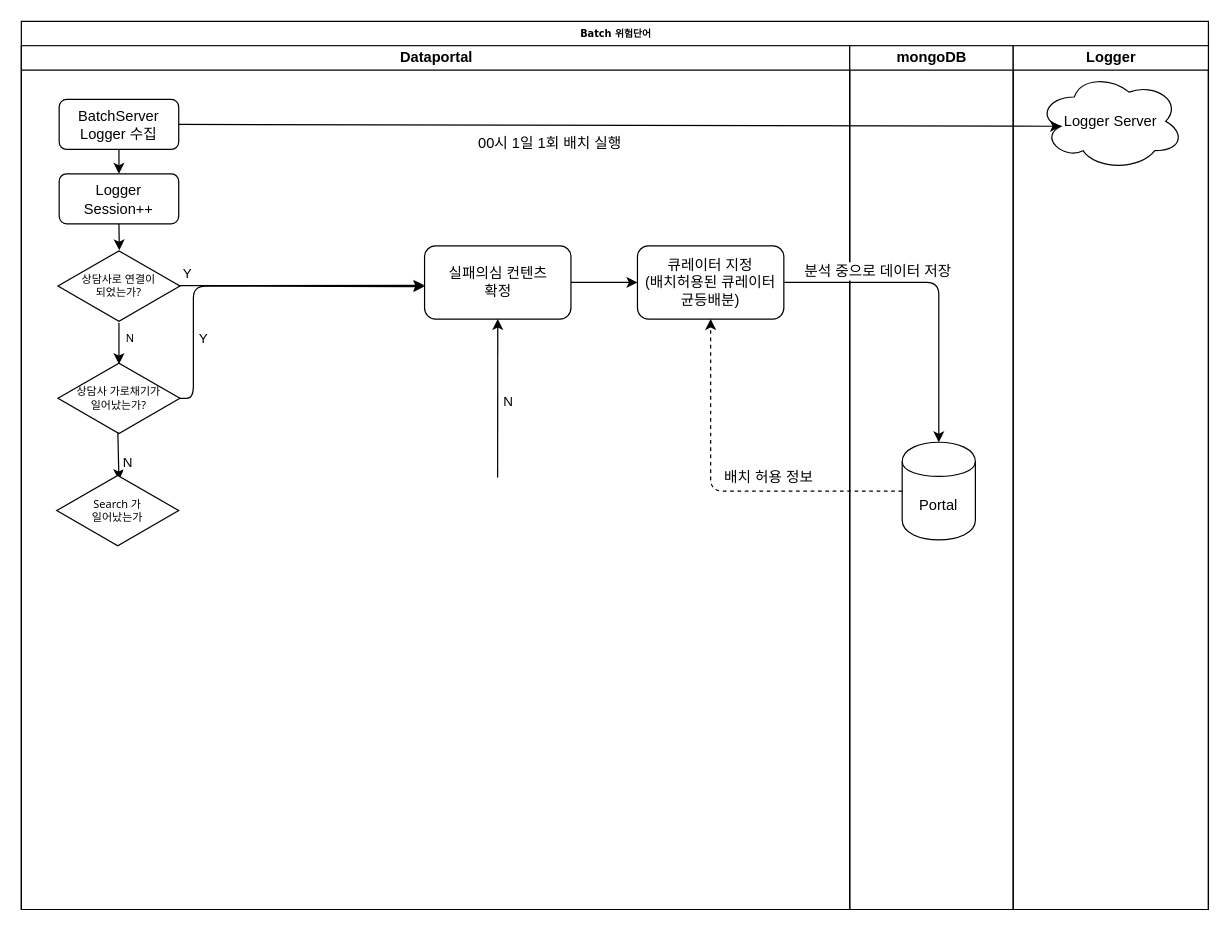
Earlier version of the draw.io diagram page "실패의심 컨텐츠" (2 of 2) of 배치.drawio (dongyoupkim/kdycorp). Source tidied: cells renumbered, new cells numbered last; positions are measured from the earlier drawing's top-left corner, leaving out a move shared by most shapes. Both pictures are drawn from the tidied source at 122%, with x=0, y=0 at pixel (21, 21).
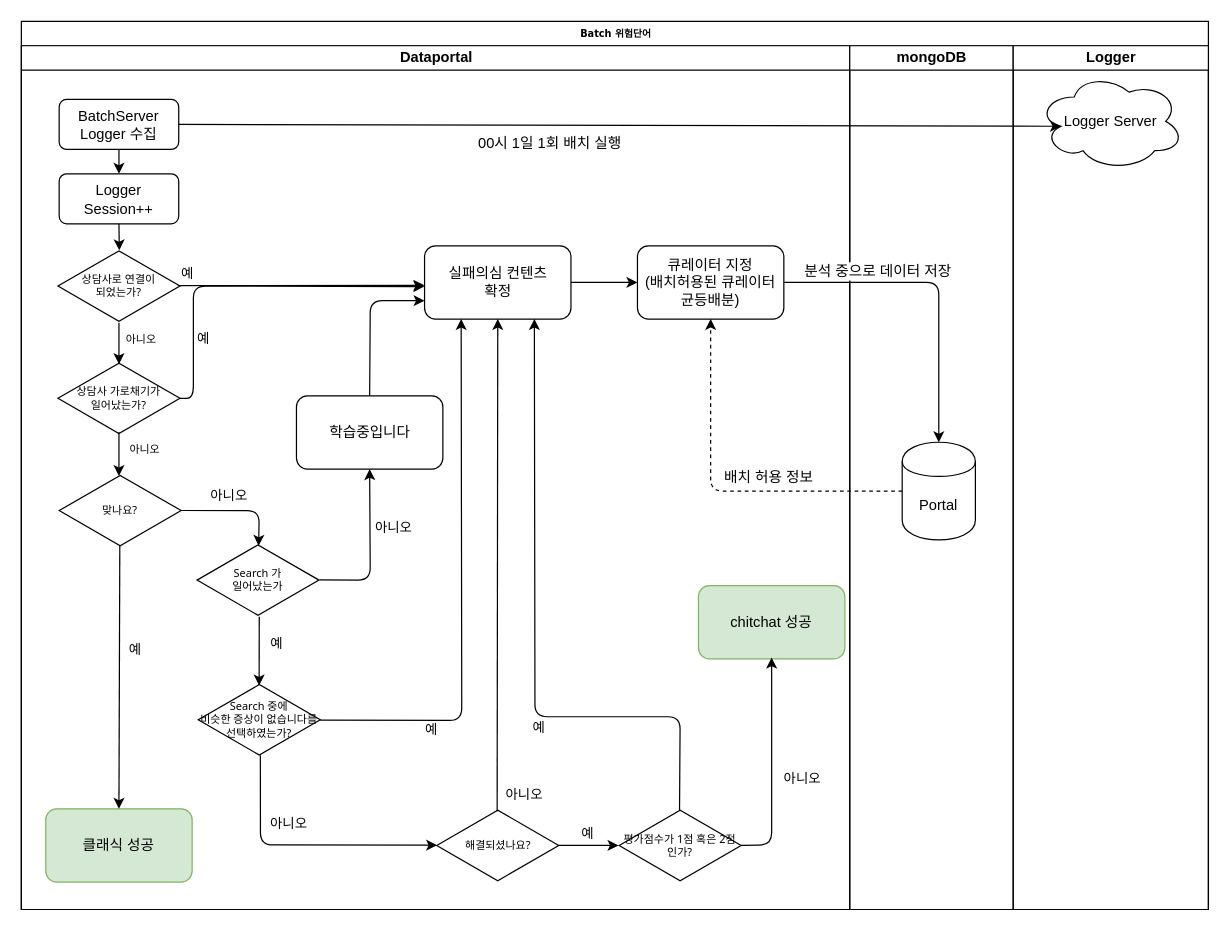
After the change.

Commit message:
배치.drawio 업데이트

The change refers to these unchanged cells:
```xml
<mxCell id="3" value="Dataportal" style="swimlane;html=1;startSize=20;" parent="2" vertex="1">
  <mxGeometry y="20" width="679" height="708" as="geometry" />
</mxCell>
<mxCell id="4" value="상담사로 연결이&lt;br&gt;되었는가?" style="html=1;whiteSpace=wrap;shape=isoRectangle;fontFamily=Tahoma;fontSize=9;" parent="3" vertex="1">
  <mxGeometry x="30" y="167" width="100" height="60" as="geometry" />
</mxCell>
<mxCell id="5" value="상담사 가로채기가&lt;br&gt;일어났는가?" style="html=1;whiteSpace=wrap;shape=isoRectangle;fontFamily=Tahoma;fontSize=9;" parent="3" vertex="1">
  <mxGeometry x="30" y="259" width="100" height="60" as="geometry" />
</mxCell>
<mxCell id="7" value="실패의심 컨텐츠&lt;br&gt;확정" style="rounded=1;whiteSpace=wrap;html=1;" parent="3" vertex="1">
  <mxGeometry x="330.5" y="164" width="120" height="60" as="geometry" />
</mxCell>
```

Diff of the diagram source:
```diff
@@
-    <mxCell id="6" value="N" style="endArrow=classic;html=1;fontFamily=Tahoma;fontSize=9;entryX=0.5;entryY=0.033;entryDx=0;entryDy=0;entryPerimeter=0;" parent="3" edge="1" source="4" target="5">
-      <mxGeometry x="-0.21" y="9" relative="1" as="geometry" />
+    <mxCell id="6" value="아니오" style="endArrow=classic;html=1;fontFamily=Tahoma;fontSize=9;entryX=0.5;entryY=0.033;entryDx=0;entryDy=0;entryPerimeter=0;" parent="3" edge="1" source="4" target="5">
+      <mxGeometry x="-0.18" y="18" relative="1" as="geometry" />
     </mxCell>
@@
-    <mxCell id="8" value="Y" style="endArrow=classic;html=1;exitX=0.983;exitY=0.493;exitDx=0;exitDy=0;exitPerimeter=0;entryX=-0.001;entryY=0.539;entryDx=0;entryDy=0;entryPerimeter=0;" parent="3" edge="1" source="4" target="7">
+    <mxCell id="8" value="예" style="endArrow=classic;html=1;exitX=0.983;exitY=0.493;exitDx=0;exitDy=0;exitPerimeter=0;entryX=-0.001;entryY=0.539;entryDx=0;entryDy=0;entryPerimeter=0;" parent="3" edge="1" source="4" target="7">
       <mxGeometry x="-0.92" y="10" relative="1" as="geometry" />
     </mxCell>
-    <mxCell id="9" value="Y" style="endArrow=classic;html=1;exitX=1;exitY=0.483;exitDx=0;exitDy=0;exitPerimeter=0;entryX=-0.001;entryY=0.556;entryDx=0;entryDy=0;entryPerimeter=0;" parent="3" edge="1" target="7">
+    <mxCell id="9" value="예" style="endArrow=classic;html=1;exitX=1;exitY=0.483;exitDx=0;exitDy=0;exitPerimeter=0;entryX=-0.001;entryY=0.556;entryDx=0;entryDy=0;entryPerimeter=0;" parent="3" edge="1" target="7">
       <mxGeometry x="-0.59" y="-8" relative="1" as="geometry">
         <mxPoint x="130" y="289" as="sourcePoint" />
         <Array as="points">
           <mxPoint x="141" y="289" />
           <mxPoint x="141" y="197" />
         </Array>
       </mxGeometry>
     </mxCell>
-    <mxCell id="10" value="N" style="endArrow=classic;html=1;entryX=0.5;entryY=0;entryDx=0;entryDy=0;exitX=0.491;exitY=0.964;exitDx=0;exitDy=0;exitPerimeter=0;" parent="3" edge="1" source="5">
-      <mxGeometry x="0.3" y="7" relative="1" as="geometry">
-        <mxPoint x="80" y="356" as="targetPoint" />
-      </mxGeometry>
-    </mxCell>
-    <mxCell id="11" value="N" style="endArrow=classic;html=1;exitX=0.507;exitY=0.014;exitDx=0;exitDy=0;exitPerimeter=0;entryX=0.5;entryY=1;entryDx=0;entryDy=0;" parent="3" edge="1" target="7">
-      <mxGeometry x="-0.05" y="-9" relative="1" as="geometry">
-        <mxPoint x="390.4" y="353.8" as="sourcePoint" />
-      </mxGeometry>
-    </mxCell>
@@
     <mxCell id="16" value="Search 가&lt;br&gt;일어났는가" style="html=1;whiteSpace=wrap;shape=isoRectangle;fontFamily=Tahoma;fontSize=9;" parent="3" vertex="1">
-      <mxGeometry x="29" y="351" width="100" height="60" as="geometry" />
+      <mxGeometry x="144" y="408" width="100" height="60" as="geometry" />
     </mxCell>
+    <mxCell id="29" value="Search 중에&lt;br&gt;비슷한 증상이 없습니다를 선택하였는가?" style="html=1;whiteSpace=wrap;shape=isoRectangle;fontFamily=Tahoma;fontSize=9;" parent="3" vertex="1">
+      <mxGeometry x="145" y="522.5" width="100" height="60" as="geometry" />
+    </mxCell>
+    <mxCell id="30" value="학습중입니다" style="rounded=1;whiteSpace=wrap;html=1;" parent="3" vertex="1">
+      <mxGeometry x="225.5" y="287" width="120" height="60" as="geometry" />
+    </mxCell>
+    <mxCell id="31" value="예" style="endArrow=classic;html=1;entryX=0.25;entryY=1;entryDx=0;entryDy=0;exitX=0.999;exitY=0.503;exitDx=0;exitDy=0;exitPerimeter=0;" parent="3" edge="1" source="29" target="7">
+      <mxGeometry x="-0.59" y="-8" relative="1" as="geometry">
+        <Array as="points">
+          <mxPoint x="361" y="553" />
+        </Array>
+      </mxGeometry>
+    </mxCell>
+    <mxCell id="32" value="예" style="endArrow=classic;html=1;entryX=0.499;entryY=0.033;entryDx=0;entryDy=0;entryPerimeter=0;exitX=0.5;exitY=1;exitDx=0;exitDy=0;exitPerimeter=0;" parent="3" edge="1" target="29">
+      <mxGeometry x="-0.22" y="14" relative="1" as="geometry">
+        <mxPoint x="195" y="468" as="sourcePoint" />
+      </mxGeometry>
+    </mxCell>
+    <mxCell id="33" value="아니오" style="endArrow=classic;html=1;exitX=0.995;exitY=0.48;exitDx=0;exitDy=0;exitPerimeter=0;entryX=0.5;entryY=1;entryDx=0;entryDy=0;" parent="3" edge="1" target="30">
+      <mxGeometry x="0.27" y="-19" relative="1" as="geometry">
+        <mxPoint x="244.5" y="437.8" as="sourcePoint" />
+        <Array as="points">
+          <mxPoint x="286" y="438" />
+        </Array>
+      </mxGeometry>
+    </mxCell>
+    <mxCell id="34" style="endArrow=classic;html=1;entryX=0;entryY=0.75;entryDx=0;entryDy=0;exitX=0.5;exitY=0;exitDx=0;exitDy=0;" parent="3" edge="1" source="30" target="7">
+      <mxGeometry x="-0.09" y="7" relative="1" as="geometry">
+        <Array as="points">
+          <mxPoint x="286" y="209" />
+        </Array>
+        <mxPoint y="1" as="offset" />
+      </mxGeometry>
+    </mxCell>
+    <mxCell id="35" value="아니오" style="endArrow=classic;html=1;entryX=0.003;entryY=0.497;entryDx=0;entryDy=0;exitX=0.509;exitY=0.986;exitDx=0;exitDy=0;exitPerimeter=0;entryPerimeter=0;" parent="3" edge="1" source="29" target="36">
+      <mxGeometry x="-0.49" y="23" relative="1" as="geometry">
+        <Array as="points">
+          <mxPoint x="196" y="655" />
+        </Array>
+      </mxGeometry>
+    </mxCell>
+    <mxCell id="36" value="해결되셨나요?" style="html=1;whiteSpace=wrap;shape=isoRectangle;fontFamily=Tahoma;fontSize=9;" parent="3" vertex="1">
+      <mxGeometry x="340.5" y="625.5" width="100" height="60" as="geometry" />
+    </mxCell>
+    <mxCell id="37" value="평가점수가 1점 혹은 2점인가?" style="html=1;whiteSpace=wrap;shape=isoRectangle;fontFamily=Tahoma;fontSize=9;" parent="3" vertex="1">
+      <mxGeometry x="490" y="625.5" width="100" height="60" as="geometry" />
+    </mxCell>
+    <mxCell id="38" value="예" style="endArrow=classic;html=1;entryX=-0.005;entryY=0.499;entryDx=0;entryDy=0;entryPerimeter=0;exitX=0.995;exitY=0.499;exitDx=0;exitDy=0;exitPerimeter=0;" parent="3" edge="1" source="36" target="37">
+      <mxGeometry x="-0.03" y="9" relative="1" as="geometry" />
+    </mxCell>
+    <mxCell id="39" value="예" style="endArrow=classic;html=1;exitX=0.495;exitY=0.017;exitDx=0;exitDy=0;entryX=0.75;entryY=1;entryDx=0;entryDy=0;exitPerimeter=0;" parent="3" edge="1" source="37" target="7">
+      <mxGeometry x="-0.26" y="9" relative="1" as="geometry">
+        <Array as="points">
+          <mxPoint x="540" y="550" />
+          <mxPoint x="421" y="550" />
+        </Array>
+      </mxGeometry>
+    </mxCell>
+    <mxCell id="40" value="chitchat 성공" style="rounded=1;whiteSpace=wrap;html=1;fillColor=#d5e8d4;strokeColor=#82b366;" parent="3" vertex="1">
+      <mxGeometry x="555" y="442.5" width="120" height="60" as="geometry" />
+    </mxCell>
+    <mxCell id="41" value="아니오" style="endArrow=classic;html=1;exitX=1;exitY=0.516;exitDx=0;exitDy=0;exitPerimeter=0;entryX=0.5;entryY=1;entryDx=0;entryDy=0;" parent="3" edge="1">
+      <mxGeometry x="-0.11" y="-25" relative="1" as="geometry">
+        <mxPoint x="590" y="655.5" as="sourcePoint" />
+        <mxPoint x="615" y="501.5" as="targetPoint" />
+        <Array as="points">
+          <mxPoint x="615" y="655" />
+        </Array>
+      </mxGeometry>
+    </mxCell>
+    <mxCell id="42" value="맞나요?" style="html=1;whiteSpace=wrap;shape=isoRectangle;fontFamily=Tahoma;fontSize=9;" parent="3" vertex="1">
+      <mxGeometry x="31" y="351" width="100" height="60" as="geometry" />
+    </mxCell>
+    <mxCell id="43" value="아니오" style="endArrow=classic;html=1;fontFamily=Tahoma;fontSize=9;entryX=0.49;entryY=0.028;entryDx=0;entryDy=0;entryPerimeter=0;exitX=0.5;exitY=0.964;exitDx=0;exitDy=0;exitPerimeter=0;" parent="3" edge="1" source="5" target="42">
+      <mxGeometry x="-0.21" y="21" relative="1" as="geometry" />
+    </mxCell>
+    <mxCell id="44" value="클래식 성공" style="rounded=1;whiteSpace=wrap;html=1;fillColor=#d5e8d4;strokeColor=#82b366;" parent="3" vertex="1">
+      <mxGeometry x="20" y="625.5" width="120" height="60" as="geometry" />
+    </mxCell>
+    <mxCell id="45" value="예" style="endArrow=classic;html=1;exitX=0.497;exitY=0.982;exitDx=0;exitDy=0;exitPerimeter=0;entryX=0.5;entryY=0;entryDx=0;entryDy=0;" parent="3" edge="1" source="42" target="44">
+      <mxGeometry x="-0.21" y="13" relative="1" as="geometry" />
+    </mxCell>
+    <mxCell id="46" value="아니오" style="endArrow=classic;html=1;entryX=0.505;entryY=0.032;entryDx=0;entryDy=0;exitX=0.994;exitY=0.499;exitDx=0;exitDy=0;exitPerimeter=0;entryPerimeter=0;" parent="3" edge="1" source="42" target="16">
+      <mxGeometry x="-0.15" y="12" relative="1" as="geometry">
+        <Array as="points">
+          <mxPoint x="195" y="381" />
+        </Array>
+      </mxGeometry>
+    </mxCell>
@@
+    <mxCell id="47" value="아니오" style="endArrow=classic;html=1;exitX=0.485;exitY=0.05;exitDx=0;exitDy=0;exitPerimeter=0;entryX=0.5;entryY=1;entryDx=0;entryDy=0;" parent="1" edge="1" target="7">
+      <mxGeometry x="-0.93" y="-22" relative="1" as="geometry">
+        <mxPoint x="390" y="647.5" as="sourcePoint" />
+      </mxGeometry>
+    </mxCell>
```
